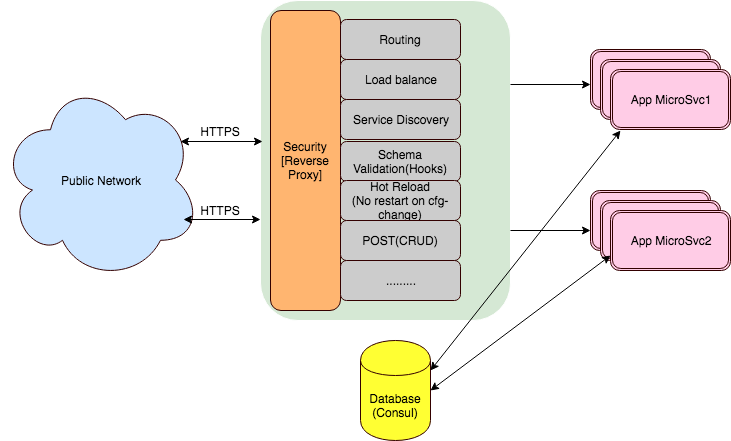
jala-dx/apigateway keeps this draw.io diagram as apigw.png. Above is the earlier version. Source tidied: cells renumbered, new cells last; positions are measured from the earlier drawing's top-left corner, leaving out a move shared by most shapes. The source it was exported from:
```xml
<mxGraphModel background="#ffffff">
  <root>
    <mxCell id="0" />
    <mxCell id="1" parent="0" />
    <mxCell id="2" style="rounded=1;whiteSpace=wrap;html=1;strokeColor=#FFFFFF;fillColor=#D5E8D4;" parent="1" vertex="1">
      <mxGeometry x="260" width="250" height="320" as="geometry" />
    </mxCell>
    <mxCell id="3" value="Security&lt;div&gt;[Reverse Proxy]&lt;/div&gt;" style="rounded=1;whiteSpace=wrap;html=1;strokeColor=#330000;fillColor=#FFB570;" parent="1" vertex="1">
      <mxGeometry x="270" y="10" width="70" height="300" as="geometry" />
    </mxCell>
    <mxCell id="4" value="Routing" style="rounded=1;whiteSpace=wrap;html=1;strokeColor=#330000;fillColor=#CCCCCC;" parent="1" vertex="1">
      <mxGeometry x="340" y="19" width="120" height="40" as="geometry" />
    </mxCell>
    <mxCell id="5" value="Load balance" style="rounded=1;whiteSpace=wrap;html=1;strokeColor=#330000;fillColor=#CCCCCC;" parent="1" vertex="1">
      <mxGeometry x="340" y="59" width="120" height="40" as="geometry" />
    </mxCell>
    <mxCell id="6" value="Service Discovery" style="rounded=1;whiteSpace=wrap;html=1;strokeColor=#330000;fillColor=#CCCCCC;" parent="1" vertex="1">
      <mxGeometry x="340" y="99" width="120" height="40" as="geometry" />
    </mxCell>
    <mxCell id="7" value="Schema Validation(Hooks)" style="rounded=1;whiteSpace=wrap;html=1;strokeColor=#330000;fillColor=#CCCCCC;" parent="1" vertex="1">
      <mxGeometry x="340" y="141" width="120" height="40" as="geometry" />
    </mxCell>
    <mxCell id="8" value="Hot Reload&lt;div&gt;(No restart on cfg-change)&lt;/div&gt;" style="rounded=1;whiteSpace=wrap;html=1;strokeColor=#330000;fillColor=#CCCCCC;" parent="1" vertex="1">
      <mxGeometry x="340" y="180" width="120" height="40" as="geometry" />
    </mxCell>
    <mxCell id="9" value="POST(CRUD)" style="rounded=1;whiteSpace=wrap;html=1;strokeColor=#330000;fillColor=#CCCCCC;" parent="1" vertex="1">
      <mxGeometry x="340" y="220" width="120" height="40" as="geometry" />
    </mxCell>
    <mxCell id="10" value="........." style="rounded=1;whiteSpace=wrap;html=1;strokeColor=#330000;fillColor=#CCCCCC;" parent="1" vertex="1">
      <mxGeometry x="340" y="260" width="120" height="40" as="geometry" />
    </mxCell>
    <mxCell id="11" value="Database&lt;div&gt;(Consul)&lt;/div&gt;" style="shape=cylinder;whiteSpace=wrap;html=1;boundedLbl=1;strokeColor=#330000;fillColor=#FFFF33;" parent="1" vertex="1">
      <mxGeometry x="360" y="340" width="70" height="100" as="geometry" />
    </mxCell>
    <mxCell id="12" style="shape=ext;double=1;rounded=1;whiteSpace=wrap;html=1;strokeColor=#330000;fillColor=#FFCCE6;" parent="1" vertex="1">
      <mxGeometry x="590" y="49" width="120" height="60" as="geometry" />
    </mxCell>
    <mxCell id="13" style="shape=ext;double=1;rounded=1;whiteSpace=wrap;html=1;strokeColor=#330000;fillColor=#FFCCE6;" parent="1" vertex="1">
      <mxGeometry x="600" y="59" width="120" height="60" as="geometry" />
    </mxCell>
    <mxCell id="14" value="App MicroSvc1" style="shape=ext;double=1;rounded=1;whiteSpace=wrap;html=1;strokeColor=#330000;fillColor=#FFCCE6;" parent="1" vertex="1">
      <mxGeometry x="610" y="69" width="120" height="60" as="geometry" />
    </mxCell>
    <mxCell id="15" style="endArrow=classic;html=1;" parent="1" edge="1">
      <mxGeometry relative="1" as="geometry">
        <mxPoint x="510" y="84" as="sourcePoint" />
        <mxPoint x="590" y="84" as="targetPoint" />
      </mxGeometry>
    </mxCell>
    <mxCell id="16" value="App MicroSvc1" style="shape=ext;double=1;rounded=1;whiteSpace=wrap;html=1;strokeColor=#330000;fillColor=#FFCCE6;" parent="1" vertex="1">
      <mxGeometry x="590" y="190" width="120" height="60" as="geometry" />
    </mxCell>
    <mxCell id="17" style="endArrow=classic;html=1;" parent="1" edge="1">
      <mxGeometry relative="1" as="geometry">
        <mxPoint x="510" y="230" as="sourcePoint" />
        <mxPoint x="590" y="230" as="targetPoint" />
      </mxGeometry>
    </mxCell>
    <mxCell id="18" value="App MicroSvc1" style="shape=ext;double=1;rounded=1;whiteSpace=wrap;html=1;strokeColor=#330000;fillColor=#FFCCE6;" parent="1" vertex="1">
      <mxGeometry x="600" y="200" width="120" height="60" as="geometry" />
    </mxCell>
    <mxCell id="19" value="App MicroSvc2" style="shape=ext;double=1;rounded=1;whiteSpace=wrap;html=1;strokeColor=#330000;fillColor=#FFCCE6;" parent="1" vertex="1">
      <mxGeometry x="610" y="210" width="120" height="60" as="geometry" />
    </mxCell>
    <mxCell id="20" style="endArrow=classic;startArrow=classic;html=1;entryX=0;entryY=0.75;exitX=1;exitY=0.5;" parent="1" edge="1" source="11" target="19">
      <mxGeometry relative="1" as="geometry" />
    </mxCell>
    <mxCell id="21" style="endArrow=classic;startArrow=classic;html=1;exitX=1;exitY=0.3;" parent="1" edge="1" source="11">
      <mxGeometry relative="1" as="geometry">
        <mxPoint x="620" y="130" as="targetPoint" />
      </mxGeometry>
    </mxCell>
    <mxCell id="22" value="Public Network" style="ellipse;shape=cloud;whiteSpace=wrap;html=1;strokeColor=#330000;fillColor=#CCE5FF;" parent="1" vertex="1">
      <mxGeometry y="79" width="200" height="201" as="geometry" />
    </mxCell>
    <mxCell id="23" style="endArrow=classic;startArrow=classic;html=1;entryX=0.008;entryY=0.441;entryPerimeter=0;" parent="1" edge="1" target="2">
      <mxGeometry relative="1" as="geometry">
        <mxPoint x="180" y="141" as="sourcePoint" />
      </mxGeometry>
    </mxCell>
    <mxCell id="24" style="endArrow=classic;startArrow=classic;html=1;entryX=0.008;entryY=0.441;entryPerimeter=0;" parent="1" edge="1">
      <mxGeometry relative="1" as="geometry">
        <mxPoint x="183" y="219" as="sourcePoint" />
        <mxPoint x="260" y="219" as="targetPoint" />
      </mxGeometry>
    </mxCell>
    <mxCell id="25" value="HTTPS" style="text;html=1;strokeColor=none;fillColor=none;align=center;verticalAlign=middle;whiteSpace=wrap;rounded=0;" parent="1" vertex="1">
      <mxGeometry x="200" y="121" width="40" height="20" as="geometry" />
    </mxCell>
    <mxCell id="26" value="HTTPS" style="text;html=1;strokeColor=none;fillColor=none;align=center;verticalAlign=middle;whiteSpace=wrap;rounded=0;" parent="1" vertex="1">
      <mxGeometry x="200" y="200" width="40" height="20" as="geometry" />
    </mxCell>
  </root>
</mxGraphModel>
```
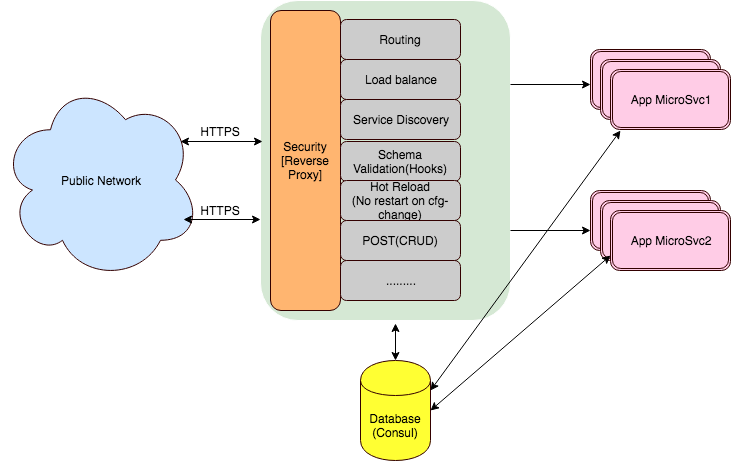
The same file after the commit.

The edit, as a diff of the source:
```diff
@@ -30,7 +30,7 @@
       <mxGeometry x="340" y="260" width="120" height="40" as="geometry" />
     </mxCell>
     <mxCell id="11" value="Database&lt;div&gt;(Consul)&lt;/div&gt;" style="shape=cylinder;whiteSpace=wrap;html=1;boundedLbl=1;strokeColor=#330000;fillColor=#FFFF33;" parent="1" vertex="1">
-      <mxGeometry x="360" y="340" width="70" height="100" as="geometry" />
+      <mxGeometry x="360" y="360" width="70" height="100" as="geometry" />
     </mxCell>
     <mxCell id="12" style="shape=ext;double=1;rounded=1;whiteSpace=wrap;html=1;strokeColor=#330000;fillColor=#FFCCE6;" parent="1" vertex="1">
       <mxGeometry x="590" y="49" width="120" height="60" as="geometry" />
@@ -90,5 +90,10 @@
     <mxCell id="26" value="HTTPS" style="text;html=1;strokeColor=none;fillColor=none;align=center;verticalAlign=middle;whiteSpace=wrap;rounded=0;" parent="1" vertex="1">
       <mxGeometry x="200" y="200" width="40" height="20" as="geometry" />
     </mxCell>
+    <mxCell id="27" style="endArrow=classic;startArrow=classic;html=1;exitX=0.5;exitY=0;" parent="1" edge="1" source="11">
+      <mxGeometry relative="1" as="geometry">
+        <mxPoint x="395" y="323" as="targetPoint" />
+      </mxGeometry>
+    </mxCell>
   </root>
 </mxGraphModel>
```
